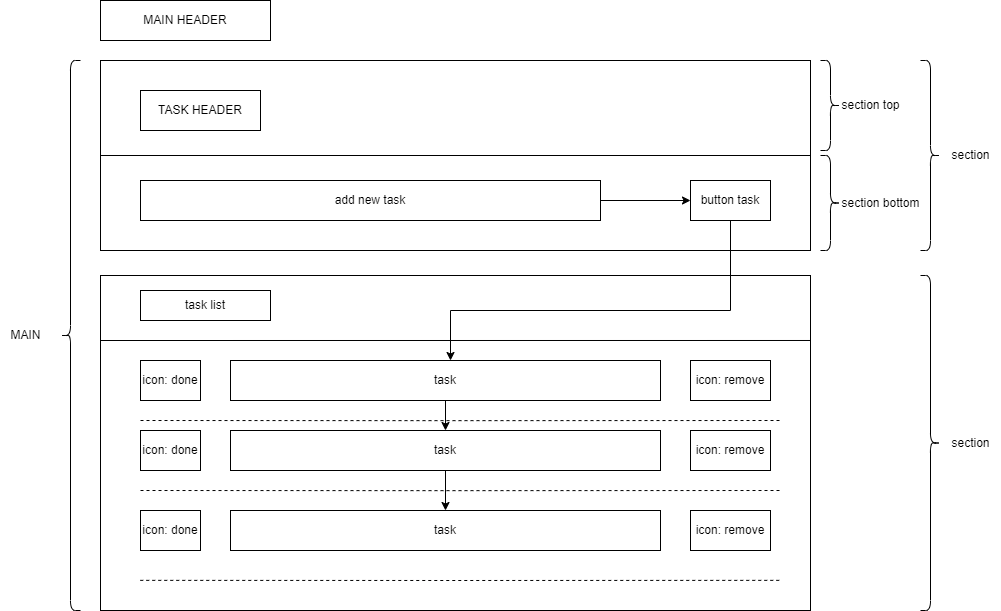
The draw.io diagram images/Diagram.png in przemek0000/Module-6, before a commit. Source tidied: cells renumbered, new cells last; positions are measured from the earlier drawing's top-left corner, leaving out a move shared by most shapes.
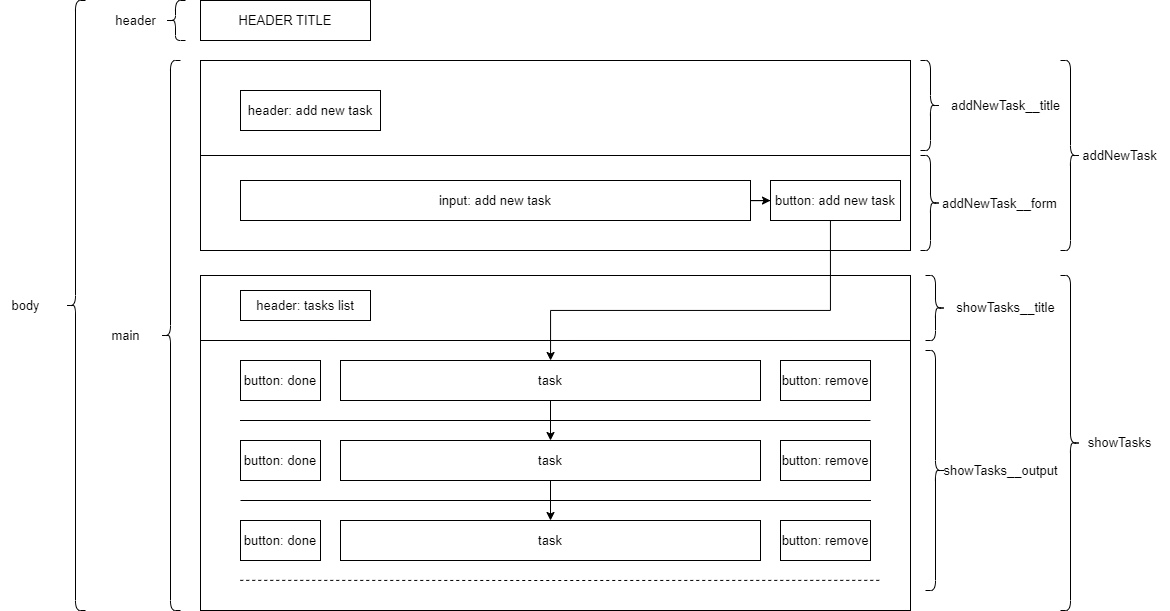
Later version of the same file.

What changed in the source:
```diff
@@ -2,133 +2,151 @@
   <root>
     <mxCell id="0" />
     <mxCell id="1" parent="0" />
-    <mxCell id="2" style="rounded=0;whiteSpace=wrap;html=1;" parent="1" vertex="1">
-      <mxGeometry x="100" y="275" width="710" height="335" as="geometry" />
+    <mxCell id="2" style="rounded=0;whiteSpace=wrap;html=1;fontSize=13;" parent="1" vertex="1">
+      <mxGeometry x="80" y="215" width="710" height="335" as="geometry" />
     </mxCell>
-    <mxCell id="3" style="rounded=0;whiteSpace=wrap;html=1;" parent="1" vertex="1">
-      <mxGeometry x="100" y="60" width="710" height="190" as="geometry" />
+    <mxCell id="3" style="rounded=0;whiteSpace=wrap;html=1;fontSize=13;" parent="1" vertex="1">
+      <mxGeometry x="80" width="710" height="190" as="geometry" />
     </mxCell>
-    <mxCell id="4" value="MAIN HEADER" style="whiteSpace=wrap;html=1;" parent="1" vertex="1">
-      <mxGeometry x="100" width="170" height="40" as="geometry" />
+    <mxCell id="4" value="HEADER TITLE" style="whiteSpace=wrap;html=1;fontSize=13;" parent="1" vertex="1">
+      <mxGeometry x="80" y="-60" width="170" height="40" as="geometry" />
     </mxCell>
-    <mxCell id="5" value="TASK HEADER" style="whiteSpace=wrap;html=1;" parent="1" vertex="1">
-      <mxGeometry x="140" y="90" width="120" height="40" as="geometry" />
+    <mxCell id="5" value="header: add new task" style="whiteSpace=wrap;html=1;fontSize=13;" parent="1" vertex="1">
+      <mxGeometry x="120" y="30" width="140" height="40" as="geometry" />
     </mxCell>
-    <mxCell id="6" style="edgeStyle=orthogonalEdgeStyle;rounded=0;jettySize=auto;html=1;" parent="1" edge="1" source="7" target="9">
+    <mxCell id="6" style="edgeStyle=orthogonalEdgeStyle;rounded=0;jettySize=auto;html=1;fontSize=13;" parent="1" edge="1" source="7" target="9">
       <mxGeometry relative="1" as="geometry" />
     </mxCell>
-    <mxCell id="7" value="add new task" style="rounded=0;whiteSpace=wrap;html=1;" parent="1" vertex="1">
-      <mxGeometry x="140" y="180" width="460" height="40" as="geometry" />
+    <mxCell id="7" value="input: add new task" style="rounded=0;whiteSpace=wrap;html=1;fontSize=13;" parent="1" vertex="1">
+      <mxGeometry x="120" y="120" width="510" height="40" as="geometry" />
     </mxCell>
-    <mxCell id="8" style="edgeStyle=orthogonalEdgeStyle;rounded=0;jettySize=auto;html=1;exitX=0.5;exitY=1;exitDx=0;exitDy=0;" parent="1" edge="1" source="9" target="14">
+    <mxCell id="8" style="edgeStyle=orthogonalEdgeStyle;rounded=0;jettySize=auto;html=1;exitX=0.5;exitY=1;exitDx=0;exitDy=0;fontSize=13;" parent="1" edge="1" source="9" target="14">
       <mxGeometry relative="1" as="geometry">
         <Array as="points">
-          <mxPoint x="730" y="310" />
-          <mxPoint x="450" y="310" />
+          <mxPoint x="710" y="250" />
+          <mxPoint x="430" y="250" />
         </Array>
       </mxGeometry>
     </mxCell>
-    <mxCell id="9" value="button task" style="rounded=0;whiteSpace=wrap;html=1;" parent="1" vertex="1">
-      <mxGeometry x="690" y="180" width="80" height="40" as="geometry" />
+    <mxCell id="9" value="button: add new task" style="rounded=0;whiteSpace=wrap;html=1;fontSize=13;" parent="1" vertex="1">
+      <mxGeometry x="650" y="120" width="130" height="40" as="geometry" />
     </mxCell>
-    <mxCell id="10" value="task list" style="rounded=0;whiteSpace=wrap;html=1;" parent="1" vertex="1">
-      <mxGeometry x="140" y="290" width="130" height="30" as="geometry" />
+    <mxCell id="10" value="header: tasks list" style="rounded=0;whiteSpace=wrap;html=1;fontSize=13;" parent="1" vertex="1">
+      <mxGeometry x="120" y="230" width="130" height="30" as="geometry" />
     </mxCell>
-    <mxCell id="11" value="icon: done" style="rounded=0;whiteSpace=wrap;html=1;" parent="1" vertex="1">
-      <mxGeometry x="140" y="360" width="60" height="40" as="geometry" />
+    <mxCell id="11" value="button: done" style="rounded=0;whiteSpace=wrap;html=1;fontSize=13;" parent="1" vertex="1">
+      <mxGeometry x="120" y="300" width="80" height="40" as="geometry" />
     </mxCell>
-    <mxCell id="12" value="icon: remove" style="rounded=0;whiteSpace=wrap;html=1;" parent="1" vertex="1">
-      <mxGeometry x="690" y="360" width="80" height="40" as="geometry" />
+    <mxCell id="12" value="button: remove" style="rounded=0;whiteSpace=wrap;html=1;fontSize=13;" parent="1" vertex="1">
+      <mxGeometry x="660" y="300" width="90" height="40" as="geometry" />
     </mxCell>
-    <mxCell id="13" style="edgeStyle=orthogonalEdgeStyle;rounded=0;jettySize=auto;html=1;" parent="1" edge="1" source="14" target="17">
+    <mxCell id="13" style="edgeStyle=orthogonalEdgeStyle;rounded=0;jettySize=auto;html=1;fontSize=13;" parent="1" edge="1" source="14" target="17">
       <mxGeometry relative="1" as="geometry" />
     </mxCell>
-    <mxCell id="14" value="task" style="rounded=0;whiteSpace=wrap;html=1;" parent="1" vertex="1">
-      <mxGeometry x="230" y="360" width="430" height="40" as="geometry" />
+    <mxCell id="14" value="task" style="rounded=0;whiteSpace=wrap;html=1;fontSize=13;" parent="1" vertex="1">
+      <mxGeometry x="220" y="300" width="420" height="40" as="geometry" />
     </mxCell>
-    <mxCell id="15" value="icon: done" style="rounded=0;whiteSpace=wrap;html=1;" parent="1" vertex="1">
-      <mxGeometry x="140" y="430" width="60" height="40" as="geometry" />
+    <mxCell id="15" value="button: done" style="rounded=0;whiteSpace=wrap;html=1;fontSize=13;" parent="1" vertex="1">
+      <mxGeometry x="120" y="380" width="80" height="40" as="geometry" />
     </mxCell>
-    <mxCell id="16" style="edgeStyle=orthogonalEdgeStyle;rounded=0;jettySize=auto;html=1;" parent="1" edge="1" source="17" target="19">
+    <mxCell id="16" style="edgeStyle=orthogonalEdgeStyle;rounded=0;jettySize=auto;html=1;fontSize=13;" parent="1" edge="1" source="17" target="19">
       <mxGeometry relative="1" as="geometry" />
     </mxCell>
-    <mxCell id="17" value="task" style="rounded=0;whiteSpace=wrap;html=1;" parent="1" vertex="1">
-      <mxGeometry x="230" y="430" width="430" height="40" as="geometry" />
+    <mxCell id="17" value="task" style="rounded=0;whiteSpace=wrap;html=1;fontSize=13;" parent="1" vertex="1">
+      <mxGeometry x="220" y="380" width="420" height="40" as="geometry" />
     </mxCell>
-    <mxCell id="18" value="icon: remove" style="rounded=0;whiteSpace=wrap;html=1;" parent="1" vertex="1">
-      <mxGeometry x="690" y="430" width="80" height="40" as="geometry" />
+    <mxCell id="18" value="button: remove" style="rounded=0;whiteSpace=wrap;html=1;fontSize=13;" parent="1" vertex="1">
+      <mxGeometry x="660" y="380" width="90" height="40" as="geometry" />
     </mxCell>
-    <mxCell id="19" value="task" style="rounded=0;whiteSpace=wrap;html=1;" parent="1" vertex="1">
-      <mxGeometry x="230" y="510" width="430" height="40" as="geometry" />
+    <mxCell id="19" value="task" style="rounded=0;whiteSpace=wrap;html=1;fontSize=13;" parent="1" vertex="1">
+      <mxGeometry x="220" y="460" width="420" height="40" as="geometry" />
     </mxCell>
-    <mxCell id="20" value="icon: done" style="rounded=0;whiteSpace=wrap;html=1;" parent="1" vertex="1">
-      <mxGeometry x="140" y="510" width="60" height="40" as="geometry" />
+    <mxCell id="20" value="button: done" style="rounded=0;whiteSpace=wrap;html=1;fontSize=13;" parent="1" vertex="1">
+      <mxGeometry x="120" y="460" width="80" height="40" as="geometry" />
     </mxCell>
-    <mxCell id="21" value="icon: remove" style="rounded=0;whiteSpace=wrap;html=1;" parent="1" vertex="1">
-      <mxGeometry x="690" y="510" width="80" height="40" as="geometry" />
+    <mxCell id="21" value="button: remove" style="rounded=0;whiteSpace=wrap;html=1;fontSize=13;" parent="1" vertex="1">
+      <mxGeometry x="660" y="460" width="90" height="40" as="geometry" />
     </mxCell>
-    <mxCell id="22" style="endArrow=none;dashed=1;html=1;rounded=0;exitX=0.056;exitY=0.91;exitDx=0;exitDy=0;exitPerimeter=0;entryX=0.958;entryY=0.91;entryDx=0;entryDy=0;entryPerimeter=0;" parent="1" edge="1" source="2" target="2">
+    <mxCell id="22" style="endArrow=none;dashed=1;html=1;rounded=0;exitX=0.056;exitY=0.91;exitDx=0;exitDy=0;exitPerimeter=0;entryX=0.958;entryY=0.91;entryDx=0;entryDy=0;entryPerimeter=0;fontSize=13;" parent="1" edge="1" source="2" target="2">
       <mxGeometry relative="1" as="geometry">
         <Array as="points">
-          <mxPoint x="450" y="580" />
+          <mxPoint x="430" y="520" />
         </Array>
       </mxGeometry>
     </mxCell>
-    <mxCell id="23" style="endArrow=none;html=1;rounded=0;entryX=1;entryY=0.194;entryDx=0;entryDy=0;entryPerimeter=0;" parent="1" edge="1" target="2">
+    <mxCell id="23" style="endArrow=none;html=1;rounded=0;entryX=1;entryY=0.194;entryDx=0;entryDy=0;entryPerimeter=0;fontSize=13;" parent="1" edge="1" target="2">
       <mxGeometry relative="1" as="geometry">
-        <mxPoint x="100" y="340" as="sourcePoint" />
+        <mxPoint x="80" y="280" as="sourcePoint" />
       </mxGeometry>
     </mxCell>
-    <mxCell id="24" style="endArrow=none;html=1;rounded=0;exitX=0;exitY=0.5;exitDx=0;exitDy=0;entryX=1;entryY=0.5;entryDx=0;entryDy=0;" parent="1" edge="1" source="3" target="3">
+    <mxCell id="24" style="endArrow=none;html=1;rounded=0;exitX=0;exitY=0.5;exitDx=0;exitDy=0;entryX=1;entryY=0.5;entryDx=0;entryDy=0;fontSize=13;" parent="1" edge="1" source="3" target="3">
       <mxGeometry relative="1" as="geometry" />
     </mxCell>
-    <mxCell id="25" style="endArrow=none;dashed=1;html=1;rounded=0;exitX=0.056;exitY=0.91;exitDx=0;exitDy=0;exitPerimeter=0;entryX=0.958;entryY=0.91;entryDx=0;entryDy=0;entryPerimeter=0;" parent="1" edge="1">
-      <mxGeometry relative="1" as="geometry">
-        <mxPoint x="140" y="490" as="sourcePoint" />
-        <mxPoint x="780.4" y="490" as="targetPoint" />
-        <Array as="points">
-          <mxPoint x="450.2" y="490.1" />
-        </Array>
-      </mxGeometry>
-    </mxCell>
-    <mxCell id="26" style="endArrow=none;dashed=1;html=1;rounded=0;exitX=0.056;exitY=0.91;exitDx=0;exitDy=0;exitPerimeter=0;entryX=0.958;entryY=0.91;entryDx=0;entryDy=0;entryPerimeter=0;" parent="1" edge="1">
-      <mxGeometry relative="1" as="geometry">
-        <mxPoint x="140" y="420" as="sourcePoint" />
-        <mxPoint x="780.4" y="420" as="targetPoint" />
-        <Array as="points">
-          <mxPoint x="450.2" y="420.1" />
-        </Array>
-      </mxGeometry>
-    </mxCell>
-    <mxCell id="27" style="shape=curlyBracket;whiteSpace=wrap;html=1;rounded=1;labelPosition=left;verticalLabelPosition=middle;align=right;verticalAlign=middle;" parent="1" vertex="1">
-      <mxGeometry x="60" y="60" width="20" height="550" as="geometry" />
+    <mxCell id="27" style="shape=curlyBracket;whiteSpace=wrap;html=1;rounded=1;labelPosition=left;verticalLabelPosition=middle;align=right;verticalAlign=middle;fontSize=13;" parent="1" vertex="1">
+      <mxGeometry x="40" width="20" height="550" as="geometry" />
     </mxCell>
-    <mxCell id="28" value="MAIN" style="text;html=1;align=center;verticalAlign=middle;strokeColor=none;fillColor=none;" parent="1" vertex="1">
-      <mxGeometry y="320" width="50" height="30" as="geometry" />
+    <mxCell id="28" value="main&lt;br&gt;" style="text;html=1;align=center;verticalAlign=middle;strokeColor=none;fillColor=none;fontSize=13;" parent="1" vertex="1">
+      <mxGeometry x="-20" y="260" width="50" height="30" as="geometry" />
     </mxCell>
-    <mxCell id="29" style="shape=curlyBracket;whiteSpace=wrap;html=1;rounded=1;flipH=1;labelPosition=right;verticalLabelPosition=middle;align=left;verticalAlign=middle;" parent="1" vertex="1">
-      <mxGeometry x="920" y="60" width="20" height="190" as="geometry" />
+    <mxCell id="29" style="shape=curlyBracket;whiteSpace=wrap;html=1;rounded=1;flipH=1;labelPosition=right;verticalLabelPosition=middle;align=left;verticalAlign=middle;fontSize=13;" parent="1" vertex="1">
+      <mxGeometry x="940" width="20" height="190" as="geometry" />
     </mxCell>
-    <mxCell id="30" value="section" style="text;html=1;align=center;verticalAlign=middle;strokeColor=none;fillColor=none;" parent="1" vertex="1">
-      <mxGeometry x="940" y="140" width="60" height="30" as="geometry" />
+    <mxCell id="30" value="addNewTask" style="text;html=1;align=center;verticalAlign=middle;strokeColor=none;fillColor=none;fontSize=13;" parent="1" vertex="1">
+      <mxGeometry x="949" y="80" width="100" height="30" as="geometry" />
     </mxCell>
-    <mxCell id="31" style="shape=curlyBracket;whiteSpace=wrap;html=1;rounded=1;flipH=1;labelPosition=right;verticalLabelPosition=middle;align=left;verticalAlign=middle;" parent="1" vertex="1">
-      <mxGeometry x="920" y="275" width="20" height="335" as="geometry" />
+    <mxCell id="31" style="shape=curlyBracket;whiteSpace=wrap;html=1;rounded=1;flipH=1;labelPosition=right;verticalLabelPosition=middle;align=left;verticalAlign=middle;fontSize=13;" parent="1" vertex="1">
+      <mxGeometry x="940" y="215" width="20" height="335" as="geometry" />
     </mxCell>
-    <mxCell id="32" value="section" style="text;html=1;align=center;verticalAlign=middle;strokeColor=none;fillColor=none;" parent="1" vertex="1">
-      <mxGeometry x="940" y="427.5" width="60" height="30" as="geometry" />
+    <mxCell id="32" value="showTasks" style="text;html=1;align=center;verticalAlign=middle;strokeColor=none;fillColor=none;fontSize=13;" parent="1" vertex="1">
+      <mxGeometry x="954" y="367.5" width="90" height="30" as="geometry" />
     </mxCell>
-    <mxCell id="33" style="shape=curlyBracket;whiteSpace=wrap;html=1;rounded=1;flipH=1;labelPosition=right;verticalLabelPosition=middle;align=left;verticalAlign=middle;" parent="1" vertex="1">
-      <mxGeometry x="820" y="60" width="20" height="90" as="geometry" />
+    <mxCell id="33" style="shape=curlyBracket;whiteSpace=wrap;html=1;rounded=1;flipH=1;labelPosition=right;verticalLabelPosition=middle;align=left;verticalAlign=middle;fontSize=13;" parent="1" vertex="1">
+      <mxGeometry x="800" width="20" height="90" as="geometry" />
     </mxCell>
-    <mxCell id="34" value="section top&lt;br&gt;" style="text;html=1;align=center;verticalAlign=middle;strokeColor=none;fillColor=none;" parent="1" vertex="1">
-      <mxGeometry x="830" y="90" width="80" height="30" as="geometry" />
+    <mxCell id="34" value="addNewTask__title" style="text;html=1;align=center;verticalAlign=middle;strokeColor=none;fillColor=none;fontSize=13;" parent="1" vertex="1">
+      <mxGeometry x="820" y="30" width="130" height="30" as="geometry" />
     </mxCell>
-    <mxCell id="35" style="shape=curlyBracket;whiteSpace=wrap;html=1;rounded=1;flipH=1;labelPosition=right;verticalLabelPosition=middle;align=left;verticalAlign=middle;" parent="1" vertex="1">
-      <mxGeometry x="820" y="155" width="20" height="95" as="geometry" />
+    <mxCell id="35" style="shape=curlyBracket;whiteSpace=wrap;html=1;rounded=1;flipH=1;labelPosition=right;verticalLabelPosition=middle;align=left;verticalAlign=middle;fontSize=13;" parent="1" vertex="1">
+      <mxGeometry x="800" y="95" width="20" height="95" as="geometry" />
     </mxCell>
-    <mxCell id="36" value="section bottom" style="text;html=1;align=center;verticalAlign=middle;strokeColor=none;fillColor=none;" parent="1" vertex="1">
-      <mxGeometry x="830" y="187.5" width="100" height="30" as="geometry" />
+    <mxCell id="36" value="addNewTask__form" style="text;html=1;align=center;verticalAlign=middle;strokeColor=none;fillColor=none;fontSize=13;" parent="1" vertex="1">
+      <mxGeometry x="809" y="127.5" width="140" height="30" as="geometry" />
     </mxCell>
+    <mxCell id="37" style="endArrow=none;html=1;rounded=0;entryX=0.944;entryY=0.403;entryDx=0;entryDy=0;entryPerimeter=0;exitX=0.056;exitY=0.403;exitDx=0;exitDy=0;exitPerimeter=0;fontSize=13;" parent="1" edge="1">
+      <mxGeometry relative="1" as="geometry">
+        <mxPoint x="120" y="440" as="sourcePoint" />
+        <mxPoint x="750.5" y="440" as="targetPoint" />
+      </mxGeometry>
+    </mxCell>
+    <mxCell id="38" style="endArrow=none;html=1;rounded=0;entryX=0.944;entryY=0.403;entryDx=0;entryDy=0;entryPerimeter=0;exitX=0.056;exitY=0.403;exitDx=0;exitDy=0;exitPerimeter=0;fontSize=13;" parent="1" edge="1">
+      <mxGeometry relative="1" as="geometry">
+        <mxPoint x="119.5" y="360" as="sourcePoint" />
+        <mxPoint x="750" y="360" as="targetPoint" />
+      </mxGeometry>
+    </mxCell>
+    <mxCell id="39" style="shape=curlyBracket;whiteSpace=wrap;html=1;rounded=1;labelPosition=left;verticalLabelPosition=middle;align=right;verticalAlign=middle;fontSize=13;" parent="1" vertex="1">
+      <mxGeometry x="45" y="-60" width="20" height="40" as="geometry" />
+    </mxCell>
+    <mxCell id="40" value="header" style="text;html=1;align=center;verticalAlign=middle;strokeColor=none;fillColor=none;fontSize=13;" parent="1" vertex="1">
+      <mxGeometry x="-15" y="-55" width="60" height="30" as="geometry" />
+    </mxCell>
+    <mxCell id="41" style="shape=curlyBracket;whiteSpace=wrap;html=1;rounded=1;labelPosition=left;verticalLabelPosition=middle;align=right;verticalAlign=middle;fontSize=13;" parent="1" vertex="1">
+      <mxGeometry x="-55" y="-60" width="20" height="610" as="geometry" />
+    </mxCell>
+    <mxCell id="42" value="body" style="text;html=1;align=center;verticalAlign=middle;strokeColor=none;fillColor=none;fontSize=13;" parent="1" vertex="1">
+      <mxGeometry x="-120" y="230" width="50" height="30" as="geometry" />
+    </mxCell>
+    <mxCell id="43" style="shape=curlyBracket;whiteSpace=wrap;html=1;rounded=1;flipH=1;labelPosition=right;verticalLabelPosition=middle;align=left;verticalAlign=middle;fontSize=13;" parent="1" vertex="1">
+      <mxGeometry x="805" y="215" width="20" height="65" as="geometry" />
+    </mxCell>
+    <mxCell id="44" value="showTasks__title" style="text;html=1;align=center;verticalAlign=middle;strokeColor=none;fillColor=none;fontSize=13;" parent="1" vertex="1">
+      <mxGeometry x="825" y="232.5" width="120" height="30" as="geometry" />
+    </mxCell>
+    <mxCell id="45" style="shape=curlyBracket;whiteSpace=wrap;html=1;rounded=1;flipH=1;labelPosition=right;verticalLabelPosition=middle;align=left;verticalAlign=middle;fontSize=13;" parent="1" vertex="1">
+      <mxGeometry x="805" y="290" width="20" height="240" as="geometry" />
+    </mxCell>
+    <mxCell id="46" value="showTasks__output" style="text;html=1;align=center;verticalAlign=middle;strokeColor=none;fillColor=none;fontSize=13;" parent="1" vertex="1">
+      <mxGeometry x="810" y="395" width="140" height="30" as="geometry" />
+    </mxCell>
   </root>
 </mxGraphModel>
```
